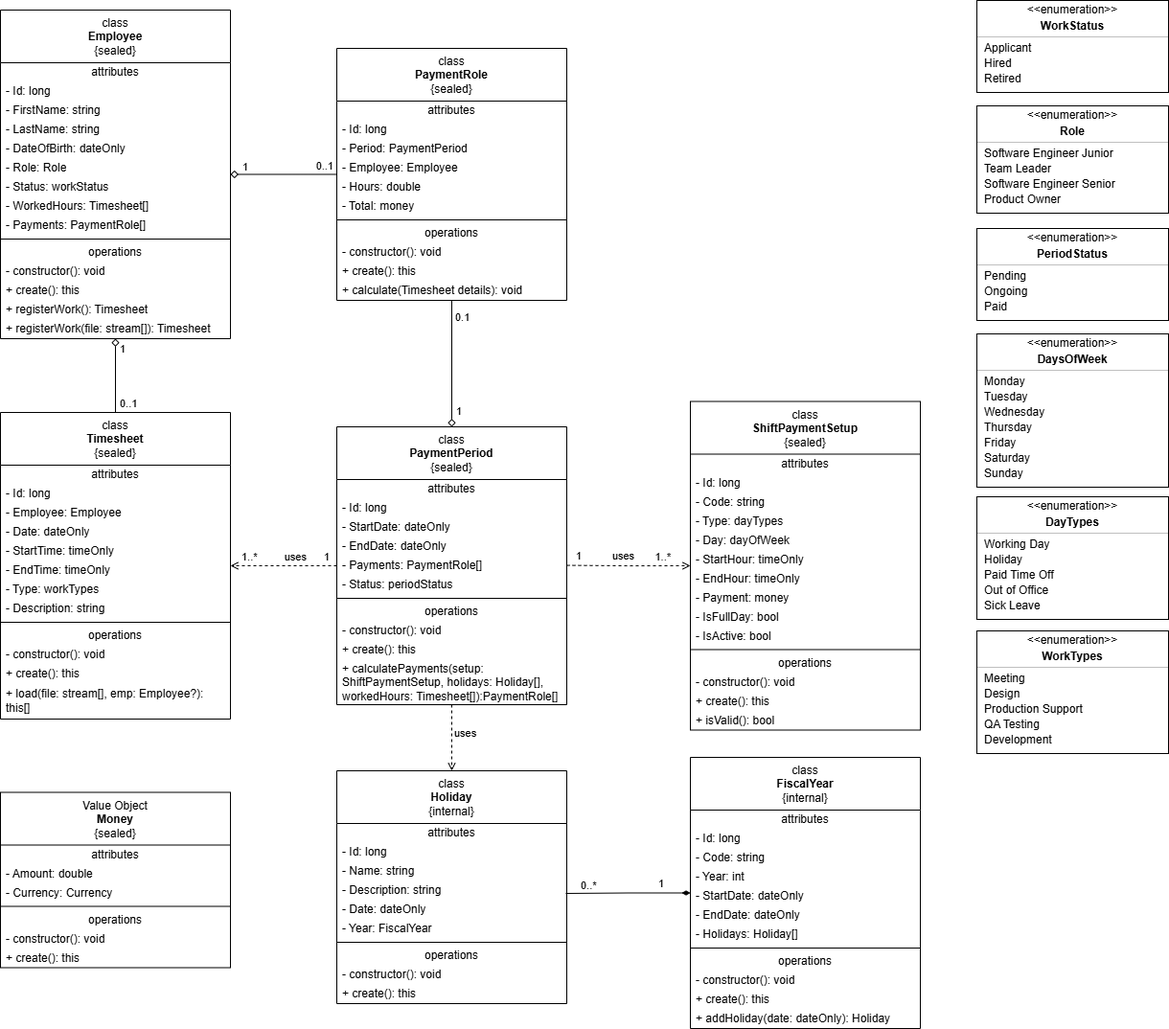
Earlier version of the draw.io export docs/images/domain-model.png (rsmacias/PaymentCalculator). Source tidied: cells renumbered, new cells last; positions are measured from the earlier drawing's top-left corner, leaving out a move shared by most shapes.
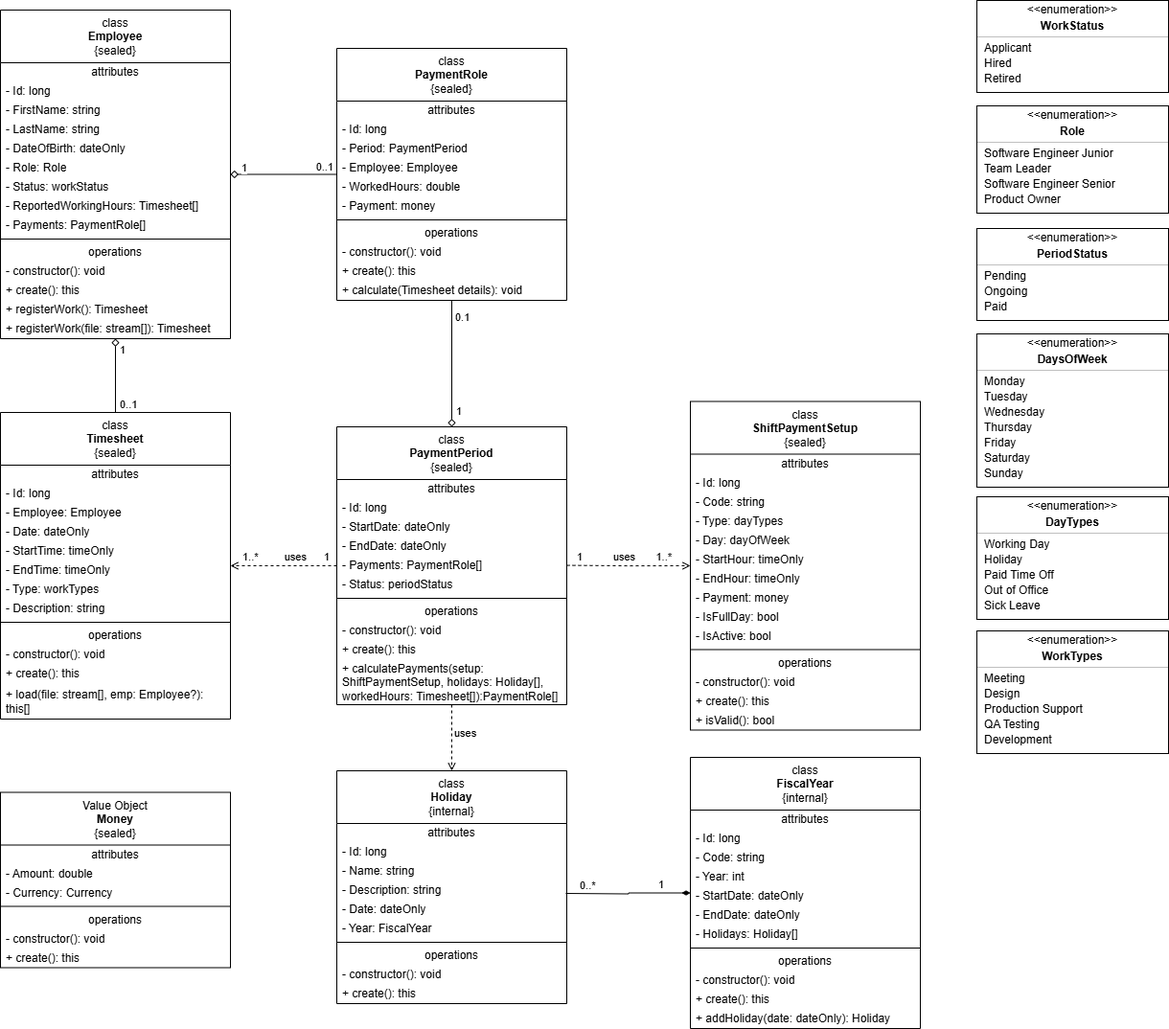
After the change.

Commit message:
refactor(diagram): adjusted according the recent changes.

Change to the diagram source:
```diff
@@ -35,7 +35,7 @@
     <mxCell id="12" value="- Status: workStatus" style="text;html=1;strokeColor=none;fillColor=none;align=left;verticalAlign=middle;spacingLeft=4;spacingRight=4;overflow=hidden;whiteSpace=wrap;" parent="5" vertex="1">
       <mxGeometry y="175" width="240" height="20" as="geometry" />
     </mxCell>
-    <mxCell id="13" value="- WorkedHours: Timesheet[]" style="text;html=1;strokeColor=none;fillColor=none;align=left;verticalAlign=middle;spacingLeft=4;spacingRight=4;overflow=hidden;whiteSpace=wrap;" parent="5" vertex="1">
+    <mxCell id="13" value="- ReportedWorkingHours: Timesheet[]" style="text;html=1;strokeColor=none;fillColor=none;align=left;verticalAlign=middle;spacingLeft=4;spacingRight=4;overflow=hidden;whiteSpace=wrap;" parent="5" vertex="1">
       <mxGeometry y="195" width="240" height="20" as="geometry" />
     </mxCell>
     <mxCell id="14" value="- Payments: PaymentRole[]" style="text;html=1;strokeColor=none;fillColor=none;align=left;verticalAlign=middle;spacingLeft=4;spacingRight=4;overflow=hidden;whiteSpace=wrap;" parent="5" vertex="1">
@@ -116,10 +116,10 @@
     <mxCell id="39" value="- Employee: Employee" style="text;html=1;strokeColor=none;fillColor=none;align=left;verticalAlign=middle;spacingLeft=4;spacingRight=4;overflow=hidden;whiteSpace=wrap;" parent="35" vertex="1">
       <mxGeometry y="115" width="240" height="20" as="geometry" />
     </mxCell>
-    <mxCell id="40" value="- Hours: double" style="text;html=1;strokeColor=none;fillColor=none;align=left;verticalAlign=middle;spacingLeft=4;spacingRight=4;overflow=hidden;whiteSpace=wrap;" parent="35" vertex="1">
+    <mxCell id="40" value="- WorkedHours: double" style="text;html=1;strokeColor=none;fillColor=none;align=left;verticalAlign=middle;spacingLeft=4;spacingRight=4;overflow=hidden;whiteSpace=wrap;" parent="35" vertex="1">
       <mxGeometry y="135" width="240" height="20" as="geometry" />
     </mxCell>
-    <mxCell id="41" value="- Total: money" style="text;html=1;strokeColor=none;fillColor=none;align=left;verticalAlign=middle;spacingLeft=4;spacingRight=4;overflow=hidden;whiteSpace=wrap;" parent="35" vertex="1">
+    <mxCell id="41" value="- Payment: money" style="text;html=1;strokeColor=none;fillColor=none;align=left;verticalAlign=middle;spacingLeft=4;spacingRight=4;overflow=hidden;whiteSpace=wrap;" parent="35" vertex="1">
       <mxGeometry y="155" width="240" height="20" as="geometry" />
     </mxCell>
     <mxCell id="42" style="line;strokeWidth=1;fillColor=none;align=left;verticalAlign=middle;spacingTop=-1;spacingLeft=3;spacingRight=3;labelPosition=right;" parent="35" vertex="1">
```
